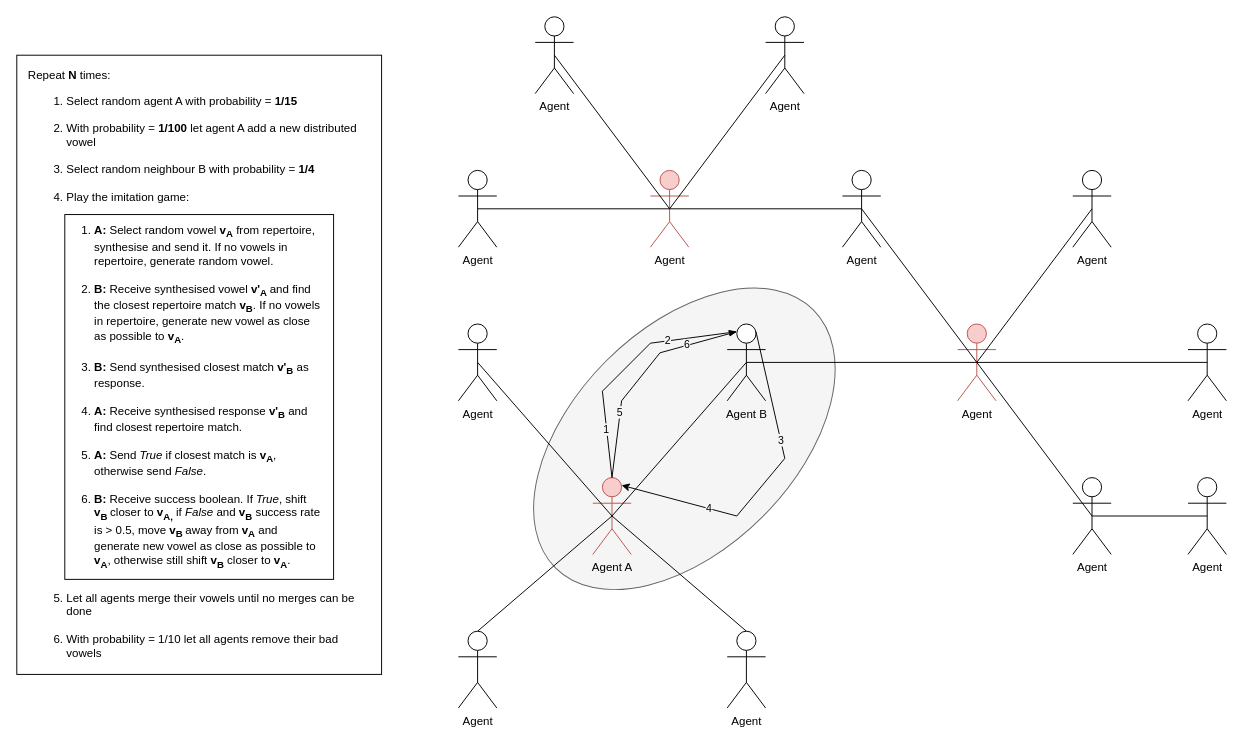
wulfdewolf/ProjectEoS keeps this draw.io diagram as doc/figures/simulation_diagram.drawio. Above is the earlier version. Source tidied: cells renumbered, new cells numbered last; positions are measured from the earlier drawing's top-left corner, leaving out a move shared by most shapes. Both pictures are drawn from the tidied source at 96%, with x=0, y=0 at pixel (16, 16).
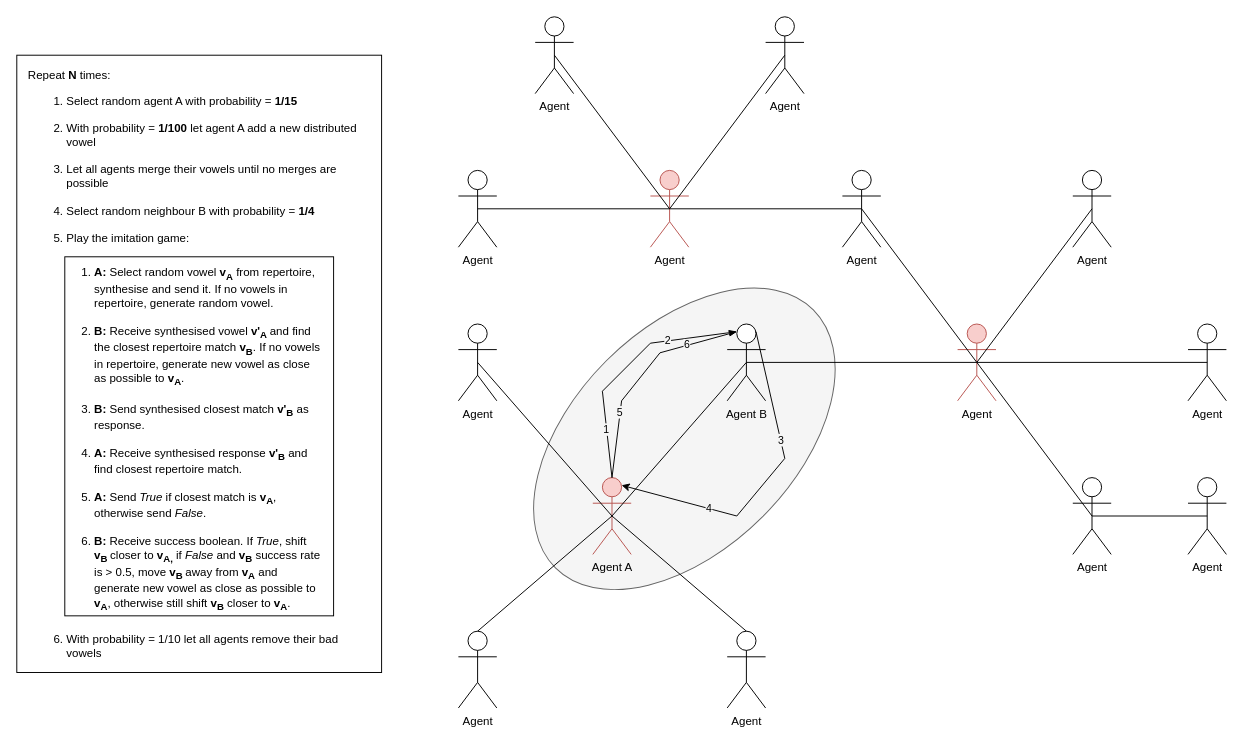
Above is the later version.

Commit message (it also covers changes not shown here):
changed bark2hertz and hertz2bark conversions + figures

What changed in the source:
```diff
@@
     <mxCell id="2" style="rounded=0;whiteSpace=wrap;html=1;" parent="1" vertex="1">
-      <mxGeometry y="40" width="380" height="645" as="geometry" />
+      <mxGeometry y="40" width="380" height="643" as="geometry" />
     </mxCell>
     <mxCell id="3" value="&lt;div&gt;&lt;br&gt;&lt;/div&gt;" style="rounded=0;whiteSpace=wrap;html=1;align=left;" parent="1" vertex="1">
-      <mxGeometry x="50" y="206" width="280" height="380" as="geometry" />
+      <mxGeometry x="50" y="250" width="280" height="374" as="geometry" />
     </mxCell>
@@
     <mxCell id="43" value="&lt;ol style=&quot;text-align: left&quot;&gt;&lt;li&gt;&lt;div&gt;&lt;b&gt;A:&lt;/b&gt;&amp;nbsp;Select random vowel &lt;b&gt;v&lt;sub&gt;A&lt;/sub&gt;&lt;/b&gt; from repertoire, synthesise and send it. If no vowels in repertoire, generate random vowel.&lt;/div&gt;&lt;div&gt;&lt;br&gt;&lt;/div&gt;&lt;/li&gt;&lt;li&gt;&lt;div&gt;&lt;b&gt;B:&lt;/b&gt;&amp;nbsp;Receive synthesised vowel &lt;b&gt;v'&lt;sub&gt;A&amp;nbsp;&lt;/sub&gt;&lt;/b&gt;and find the closest repertoire match &lt;b&gt;v&lt;sub&gt;B&lt;/sub&gt;&lt;/b&gt;. If no vowels in repertoire, generate new vowel as close as possible to &lt;b&gt;v&lt;sub&gt;A&lt;/sub&gt;&lt;/b&gt;.&lt;/div&gt;&lt;div&gt;&lt;br&gt;&lt;/div&gt;&lt;/li&gt;&lt;li&gt;&lt;div&gt;&lt;b&gt;B:&lt;/b&gt;&amp;nbsp;Send synthesised closest match &lt;b&gt;v'&lt;sub&gt;B&lt;/sub&gt;&lt;/b&gt;&amp;nbsp;as response.&lt;/div&gt;&lt;div&gt;&lt;br&gt;&lt;/div&gt;&lt;/li&gt;&lt;li&gt;&lt;div&gt;&lt;b&gt;A:&lt;/b&gt;&amp;nbsp;Receive synthesised response &lt;b&gt;v'&lt;sub&gt;B&lt;/sub&gt;&lt;/b&gt;&amp;nbsp;and find closest repertoire match.&lt;/div&gt;&lt;div&gt;&lt;br&gt;&lt;/div&gt;&lt;/li&gt;&lt;li&gt;&lt;div&gt;&lt;b&gt;A:&lt;/b&gt;&amp;nbsp;Send &lt;i&gt;True&lt;/i&gt; if closest match is &lt;b&gt;v&lt;sub&gt;A&lt;/sub&gt;&lt;/b&gt;, otherwise send &lt;i&gt;False&lt;/i&gt;.&lt;/div&gt;&lt;div&gt;&lt;br&gt;&lt;/div&gt;&lt;/li&gt;&lt;li&gt;&lt;b&gt;B:&lt;/b&gt;&amp;nbsp;Receive success boolean. If &lt;i&gt;True&lt;/i&gt;, shift &lt;b&gt;v&lt;sub&gt;B&amp;nbsp;&lt;/sub&gt;&lt;/b&gt;closer to &lt;b&gt;v&lt;sub&gt;A,&lt;/sub&gt;&lt;/b&gt; if &lt;i&gt;False&lt;/i&gt; and &lt;b&gt;v&lt;sub&gt;B&lt;/sub&gt;&lt;/b&gt; success rate is &amp;gt; 0.5, move &lt;b&gt;v&lt;sub&gt;B&amp;nbsp;&lt;/sub&gt;&lt;/b&gt;away from &lt;b&gt;v&lt;sub&gt;A&lt;/sub&gt;&lt;/b&gt; and generate new vowel as close as possible to &lt;b&gt;v&lt;sub&gt;A&lt;/sub&gt;&lt;/b&gt;, otherwise still shift &lt;b&gt;v&lt;sub&gt;B&lt;/sub&gt;&lt;/b&gt; closer to &lt;b&gt;v&lt;sub&gt;A&lt;/sub&gt;&lt;/b&gt;.&amp;nbsp;&lt;/li&gt;&lt;/ol&gt;" style="text;html=1;strokeColor=none;fillColor=none;align=center;verticalAlign=middle;whiteSpace=wrap;rounded=0;" parent="1" vertex="1">
-      <mxGeometry x="40" y="246" width="280" height="300" as="geometry" />
+      <mxGeometry x="40" y="289.6" width="280" height="300" as="geometry" />
     </mxCell>
-    <mxCell id="44" value="&lt;div&gt;Repeat &lt;b&gt;N&lt;/b&gt; times:&lt;/div&gt;&lt;div&gt;&lt;ol&gt;&lt;li&gt;&lt;div&gt;Select random agent A with probability = &lt;b&gt;1/15&lt;/b&gt;&lt;/div&gt;&lt;div&gt;&lt;br&gt;&lt;/div&gt;&lt;/li&gt;&lt;li&gt;With probability =&amp;nbsp;&lt;b&gt;1/100&lt;/b&gt;&amp;nbsp;let agent A add a new distributed vowel&lt;br&gt;&lt;br&gt;&lt;/li&gt;&lt;li&gt;Select random neighbour B with probability = &lt;b&gt;1/4&lt;/b&gt;&lt;br&gt;&lt;br&gt;&lt;/li&gt;&lt;li&gt;Play the imitation game:&lt;br&gt;&lt;br&gt;&lt;br&gt;&lt;br&gt;&lt;br&gt;&lt;br&gt;&lt;br&gt;&lt;br&gt;&lt;br&gt;&lt;br&gt;&lt;br&gt;&lt;br&gt;&lt;br&gt;&lt;br&gt;&lt;br&gt;&lt;br&gt;&lt;br&gt;&lt;br&gt;&lt;br&gt;&lt;br&gt;&lt;br&gt;&lt;br&gt;&lt;br&gt;&lt;br&gt;&lt;br&gt;&lt;br&gt;&lt;br&gt;&lt;br&gt;&lt;br&gt;&lt;/li&gt;&lt;li&gt;Let all agents merge their vowels until no merges can be done&lt;br&gt;&lt;br&gt;&lt;/li&gt;&lt;li&gt;With probability = 1/10 let all agents remove their bad vowels&lt;br&gt;&lt;br&gt;&lt;/li&gt;&lt;/ol&gt;&lt;/div&gt;" style="text;html=1;strokeColor=none;fillColor=none;align=left;verticalAlign=middle;whiteSpace=wrap;rounded=0;" parent="1" vertex="1">
+    <mxCell id="44" value="&lt;div&gt;Repeat &lt;b&gt;N&lt;/b&gt; times:&lt;/div&gt;&lt;div&gt;&lt;ol&gt;&lt;li&gt;&lt;div&gt;Select random agent A with probability = &lt;b&gt;1/15&lt;/b&gt;&lt;/div&gt;&lt;div&gt;&lt;br&gt;&lt;/div&gt;&lt;/li&gt;&lt;li&gt;With probability =&amp;nbsp;&lt;b&gt;1/100&lt;/b&gt;&amp;nbsp;let agent A add a new distributed vowel&lt;br&gt;&lt;br&gt;&lt;/li&gt;&lt;li&gt;Let all agents merge their vowels until no merges are possible&lt;br&gt;&lt;br&gt;&lt;/li&gt;&lt;li&gt;Select random neighbour B with probability = &lt;b&gt;1/4&lt;/b&gt;&lt;br&gt;&lt;br&gt;&lt;/li&gt;&lt;li&gt;Play the imitation game:&lt;br&gt;&lt;br&gt;&lt;br&gt;&lt;br&gt;&lt;br&gt;&lt;br&gt;&lt;br&gt;&lt;br&gt;&lt;br&gt;&lt;br&gt;&lt;br&gt;&lt;br&gt;&lt;br&gt;&lt;br&gt;&lt;br&gt;&lt;br&gt;&lt;br&gt;&lt;br&gt;&lt;br&gt;&lt;br&gt;&lt;br&gt;&lt;br&gt;&lt;br&gt;&lt;br&gt;&lt;br&gt;&lt;br&gt;&lt;br&gt;&lt;br&gt;&lt;br&gt;&lt;/li&gt;&lt;li&gt;With probability = 1/10 let all agents remove their bad vowels&lt;br&gt;&lt;br&gt;&lt;/li&gt;&lt;/ol&gt;&lt;/div&gt;" style="text;html=1;strokeColor=none;fillColor=none;align=left;verticalAlign=middle;whiteSpace=wrap;rounded=0;" parent="1" vertex="1">
       <mxGeometry x="10" y="280" width="360" height="190" as="geometry" />
     </mxCell>
```
